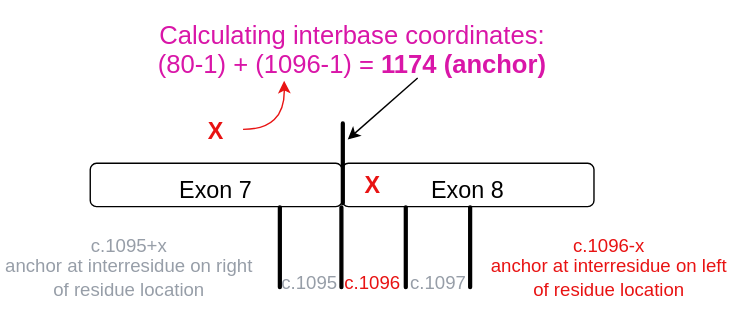
This is docs/source/images/splice_variants/acceptor_upstream/anchor.drawio.svg from ga4gh/vrs, a draw.io export, as it was before one commit. Source tidied: cells renumbered, new cells last; positions are measured from the earlier drawing's top-left corner, leaving out a move shared by most shapes. Source of this version:
```xml
<mxGraphModel>
  <root>
    <mxCell id="0" />
    <mxCell id="1" parent="0" />
    <mxCell id="2" value="&lt;div style=&quot;display: flex; justify-content: center; text-align: center; align-items: baseline; font-size: 0; line-height: 1.25;margin-top: -2px;&quot;&gt;&lt;span&gt;&lt;span style=&quot;font-size:18.3px;color:#d916a8;&quot;&gt;Calculating interbase coordinates:&#10;&lt;/span&gt;&lt;/span&gt;&lt;/div&gt;&lt;div style=&quot;display: flex; justify-content: center; text-align: center; align-items: baseline; font-size: 0; line-height: 1.25;margin-top: -2px;&quot;&gt;&lt;span&gt;&lt;span style=&quot;font-size:18.3px;color:#d916a8;&quot;&gt;&lt;span style=&quot;font-size:18.3px;color:#d916a8;&quot;&gt;(80-1) + (1096-1) = &lt;/span&gt;&lt;span style=&quot;font-size:18.3px;color:#d916a8;font-weight: bold;&quot;&gt;1174 (anchor)&lt;/span&gt;&lt;/span&gt;&lt;/span&gt;&lt;/div&gt;" style="html=1;overflow=block;blockSpacing=1;whiteSpace=wrap;fontSize=13;spacing=0;strokeOpacity=100;fillOpacity=100;rounded=1;absoluteArcSize=1;arcSize=9;fillColor=none;strokeWidth=1.5;strokeColor=none;lucidId=nsqr.Uft02cS;" parent="1" vertex="1">
      <mxGeometry x="79" width="345" height="72" as="geometry" />
    </mxCell>
    <mxCell id="3" value="X" style="html=1;overflow=block;blockSpacing=1;whiteSpace=wrap;fontSize=16.7;fontColor=#e81313;fontStyle=1;spacing=0;strokeOpacity=100;fillOpacity=100;rounded=1;absoluteArcSize=1;arcSize=9;fillColor=none;strokeWidth=1.5;strokeColor=none;lucidId=8vqrP2fuvnqJ;" parent="1" vertex="1">
      <mxGeometry x="136" y="80" width="36" height="28" as="geometry" />
    </mxCell>
    <mxCell id="4" value="Exon 7" style="html=1;overflow=block;blockSpacing=1;whiteSpace=wrap;fontSize=16.7;spacing=9;strokeOpacity=100;rounded=1;absoluteArcSize=1;arcSize=9;fillColor=none;strokeWidth=NaN;lucidId=UmarCRPMGTQe;" parent="1" vertex="1">
      <mxGeometry x="64" y="116" width="180" height="31" as="geometry" />
    </mxCell>
    <mxCell id="5" style="html=1;overflow=block;blockSpacing=1;whiteSpace=wrap;fontSize=13;spacing=0;strokeOpacity=100;rounded=1;absoluteArcSize=1;arcSize=9;rotation=-270;fillColor=#unset;strokeWidth=NaN;lucidId=UmarsSBaOK.H;" parent="1" vertex="1">
      <mxGeometry x="215" y="115" width="59" height="2" as="geometry" />
    </mxCell>
    <mxCell id="6" value="c.1096" style="html=1;overflow=block;blockSpacing=1;whiteSpace=wrap;fontSize=13.3;fontColor=#e81313;spacing=0;strokeOpacity=100;fillOpacity=100;rounded=1;absoluteArcSize=1;arcSize=9;fillColor=none;strokeWidth=1.5;strokeColor=none;lucidId=UmarCYab4pj1;" parent="1" vertex="1">
      <mxGeometry x="244" y="186" width="44" height="30" as="geometry" />
    </mxCell>
    <mxCell id="7" style="html=1;overflow=block;blockSpacing=1;whiteSpace=wrap;fontSize=13;spacing=0;strokeOpacity=100;rounded=1;absoluteArcSize=1;arcSize=9;rotation=-270;fillColor=#unset;strokeWidth=NaN;lucidId=UmarSA5vg9Fc;" parent="1" vertex="1">
      <mxGeometry x="214" y="175" width="59" height="2" as="geometry" />
    </mxCell>
    <mxCell id="8" style="html=1;overflow=block;blockSpacing=1;whiteSpace=wrap;fontSize=13;spacing=0;strokeOpacity=100;rounded=1;absoluteArcSize=1;arcSize=9;rotation=-270;fillColor=#unset;strokeWidth=NaN;lucidId=UmarE2jG.Ytp;" parent="1" vertex="1">
      <mxGeometry x="170" y="175" width="59" height="2" as="geometry" />
    </mxCell>
    <mxCell id="9" style="html=1;overflow=block;blockSpacing=1;whiteSpace=wrap;fontSize=13;spacing=0;strokeOpacity=100;rounded=1;absoluteArcSize=1;arcSize=9;rotation=-270;fillColor=#unset;strokeWidth=NaN;lucidId=UmaresiUNlCO;" parent="1" vertex="1">
      <mxGeometry x="260" y="175" width="59" height="2" as="geometry" />
    </mxCell>
    <mxCell id="10" value="Exon 8" style="html=1;overflow=block;blockSpacing=1;whiteSpace=wrap;fontSize=16.7;spacing=9;strokeOpacity=100;rounded=1;absoluteArcSize=1;arcSize=9;fillColor=none;strokeWidth=NaN;lucidId=xnarYXcocxcu;" parent="1" vertex="1">
      <mxGeometry x="244" y="116" width="180" height="31" as="geometry" />
    </mxCell>
    <mxCell id="11" value="c.1095" style="html=1;overflow=block;blockSpacing=1;whiteSpace=wrap;fontSize=13.3;fontColor=#979ea8;spacing=0;strokeOpacity=100;fillOpacity=100;rounded=1;absoluteArcSize=1;arcSize=9;fillColor=none;strokeWidth=1.5;strokeColor=none;lucidId=OeqriER-JpUT;" parent="1" vertex="1">
      <mxGeometry x="199" y="186" width="44" height="30" as="geometry" />
    </mxCell>
    <mxCell id="12" value="X" style="html=1;overflow=block;blockSpacing=1;whiteSpace=wrap;fontSize=16.7;fontColor=#e81313;fontStyle=1;spacing=0;strokeOpacity=100;fillOpacity=100;rounded=1;absoluteArcSize=1;arcSize=9;fillColor=none;strokeWidth=1.5;strokeColor=none;lucidId=Ouqrjsg7-iq-;" parent="1" vertex="1">
      <mxGeometry x="248" y="119" width="36" height="28" as="geometry" />
    </mxCell>
    <mxCell id="13" value="c.1097" style="html=1;overflow=block;blockSpacing=1;whiteSpace=wrap;fontSize=13.3;fontColor=#979ea8;spacing=0;strokeOpacity=100;fillOpacity=100;rounded=1;absoluteArcSize=1;arcSize=9;fillColor=none;strokeWidth=1.5;strokeColor=none;lucidId=lyqrXTfnK4og;" parent="1" vertex="1">
      <mxGeometry x="291" y="186" width="44" height="30" as="geometry" />
    </mxCell>
    <mxCell id="14" style="html=1;overflow=block;blockSpacing=1;whiteSpace=wrap;fontSize=13;spacing=0;strokeOpacity=100;rounded=1;absoluteArcSize=1;arcSize=9;rotation=-270;fillColor=#unset;strokeWidth=NaN;lucidId=vyqrurk47EPl;" parent="1" vertex="1">
      <mxGeometry x="306" y="175" width="59" height="2" as="geometry" />
    </mxCell>
    <mxCell id="15" value="&lt;div style=&quot;display: flex; justify-content: center; text-align: center; align-items: baseline; font-size: 0; line-height: 1.25;margin-top: -2px;&quot;&gt;&lt;span&gt;&lt;span style=&quot;font-size:13.3px;color:#979ea8;&quot;&gt;c.1095+x&#10;&lt;/span&gt;&lt;/span&gt;&lt;/div&gt;&lt;div style=&quot;display: flex; justify-content: center; text-align: center; align-items: baseline; font-size: 0; line-height: 1.25;margin-top: -2px;&quot;&gt;&lt;span&gt;&lt;span style=&quot;font-size:13.3px;color:#979ea8;&quot;&gt;anchor at interresidue on right of residue location&lt;/span&gt;&lt;/span&gt;&lt;/div&gt;" style="html=1;overflow=block;blockSpacing=1;whiteSpace=wrap;fontSize=13;spacing=0;strokeOpacity=100;fillOpacity=100;rounded=1;absoluteArcSize=1;arcSize=9;fillColor=none;strokeWidth=1.5;strokeColor=none;lucidId=wvQrP2M4Co-W;" parent="1" vertex="1">
      <mxGeometry y="154" width="184" height="75" as="geometry" />
    </mxCell>
    <mxCell id="16" value="&lt;div style=&quot;display: flex; justify-content: center; text-align: center; align-items: baseline; font-size: 0; line-height: 1.25;margin-top: -2px;&quot;&gt;&lt;span&gt;&lt;span style=&quot;font-size:13.3px;color:#e81313;&quot;&gt;c.1096-x&#10;&lt;/span&gt;&lt;/span&gt;&lt;/div&gt;&lt;div style=&quot;display: flex; justify-content: center; text-align: center; align-items: baseline; font-size: 0; line-height: 1.25;margin-top: -2px;&quot;&gt;&lt;span&gt;&lt;span style=&quot;font-size:13.3px;color:#e81313;&quot;&gt;anchor at interresidue on left of residue location&lt;/span&gt;&lt;/span&gt;&lt;/div&gt;" style="html=1;overflow=block;blockSpacing=1;whiteSpace=wrap;fontSize=13;spacing=0;strokeOpacity=100;fillOpacity=100;rounded=1;absoluteArcSize=1;arcSize=9;fillColor=none;strokeWidth=1.5;strokeColor=none;lucidId=wvQrRVZOJe2j;" parent="1" vertex="1">
      <mxGeometry x="345" y="158" width="180" height="68" as="geometry" />
    </mxCell>
    <mxCell id="17" style="edgeStyle=orthogonalEdgeStyle;jettySize=auto;html=1;exitX=1.033;exitY=0.421;exitDx=0;exitDy=0;exitPerimeter=0;rounded=0;curved=1;fillColor=#f8cecc;strokeColor=light-dark(#e81313, #d7817e);" parent="1" edge="1" source="3">
      <mxGeometry relative="1" as="geometry">
        <mxPoint x="202.6" y="57" as="targetPoint" />
      </mxGeometry>
    </mxCell>
    <mxCell id="18" style="orthogonalLoop=1;jettySize=auto;html=1;rounded=0;elbow=vertical;curved=1;" parent="1" edge="1">
      <mxGeometry relative="1" as="geometry">
        <mxPoint x="298" y="55" as="sourcePoint" />
        <mxPoint x="248" y="99" as="targetPoint" />
      </mxGeometry>
    </mxCell>
  </root>
</mxGraphModel>
```
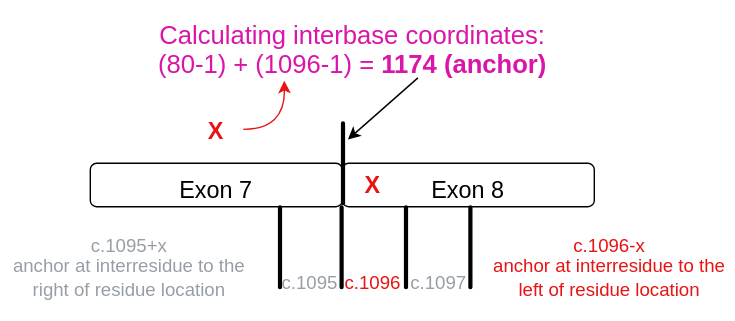
The same file after the commit.

Commit message:
update anchor text (on -> to the)

The edit, as a diff of the source:
```diff
@@ -41,10 +41,10 @@
     <mxCell id="14" style="html=1;overflow=block;blockSpacing=1;whiteSpace=wrap;fontSize=13;spacing=0;strokeOpacity=100;rounded=1;absoluteArcSize=1;arcSize=9;rotation=-270;fillColor=#unset;strokeWidth=NaN;lucidId=vyqrurk47EPl;" parent="1" vertex="1">
       <mxGeometry x="306" y="175" width="59" height="2" as="geometry" />
     </mxCell>
-    <mxCell id="15" value="&lt;div style=&quot;display: flex; justify-content: center; text-align: center; align-items: baseline; font-size: 0; line-height: 1.25;margin-top: -2px;&quot;&gt;&lt;span&gt;&lt;span style=&quot;font-size:13.3px;color:#979ea8;&quot;&gt;c.1095+x&#10;&lt;/span&gt;&lt;/span&gt;&lt;/div&gt;&lt;div style=&quot;display: flex; justify-content: center; text-align: center; align-items: baseline; font-size: 0; line-height: 1.25;margin-top: -2px;&quot;&gt;&lt;span&gt;&lt;span style=&quot;font-size:13.3px;color:#979ea8;&quot;&gt;anchor at interresidue on right of residue location&lt;/span&gt;&lt;/span&gt;&lt;/div&gt;" style="html=1;overflow=block;blockSpacing=1;whiteSpace=wrap;fontSize=13;spacing=0;strokeOpacity=100;fillOpacity=100;rounded=1;absoluteArcSize=1;arcSize=9;fillColor=none;strokeWidth=1.5;strokeColor=none;lucidId=wvQrP2M4Co-W;" parent="1" vertex="1">
+    <mxCell id="15" value="&lt;div style=&quot;display: flex; justify-content: center; text-align: center; align-items: baseline; font-size: 0; line-height: 1.25;margin-top: -2px;&quot;&gt;&lt;span&gt;&lt;span style=&quot;font-size: 13.3px; color: rgb(151, 158, 168);&quot;&gt;c.1095+x&lt;br&gt;&lt;/span&gt;&lt;/span&gt;&lt;/div&gt;&lt;div style=&quot;display: flex; justify-content: center; text-align: center; align-items: baseline; font-size: 0; line-height: 1.25;margin-top: -2px;&quot;&gt;&lt;span&gt;&lt;span style=&quot;font-size: 13.3px; color: rgb(151, 158, 168);&quot;&gt;anchor at interresidue to the right of residue location&lt;/span&gt;&lt;/span&gt;&lt;/div&gt;" style="html=1;overflow=block;blockSpacing=1;whiteSpace=wrap;fontSize=13;spacing=0;strokeOpacity=100;fillOpacity=100;rounded=1;absoluteArcSize=1;arcSize=9;fillColor=none;strokeWidth=1.5;strokeColor=none;lucidId=wvQrP2M4Co-W;" parent="1" vertex="1">
       <mxGeometry y="154" width="184" height="75" as="geometry" />
     </mxCell>
-    <mxCell id="16" value="&lt;div style=&quot;display: flex; justify-content: center; text-align: center; align-items: baseline; font-size: 0; line-height: 1.25;margin-top: -2px;&quot;&gt;&lt;span&gt;&lt;span style=&quot;font-size:13.3px;color:#e81313;&quot;&gt;c.1096-x&#10;&lt;/span&gt;&lt;/span&gt;&lt;/div&gt;&lt;div style=&quot;display: flex; justify-content: center; text-align: center; align-items: baseline; font-size: 0; line-height: 1.25;margin-top: -2px;&quot;&gt;&lt;span&gt;&lt;span style=&quot;font-size:13.3px;color:#e81313;&quot;&gt;anchor at interresidue on left of residue location&lt;/span&gt;&lt;/span&gt;&lt;/div&gt;" style="html=1;overflow=block;blockSpacing=1;whiteSpace=wrap;fontSize=13;spacing=0;strokeOpacity=100;fillOpacity=100;rounded=1;absoluteArcSize=1;arcSize=9;fillColor=none;strokeWidth=1.5;strokeColor=none;lucidId=wvQrRVZOJe2j;" parent="1" vertex="1">
+    <mxCell id="16" value="&lt;div style=&quot;display: flex; justify-content: center; text-align: center; align-items: baseline; font-size: 0; line-height: 1.25;margin-top: -2px;&quot;&gt;&lt;span&gt;&lt;span style=&quot;font-size: 13.3px; color: rgb(232, 19, 19);&quot;&gt;c.1096-x&lt;br&gt;&lt;/span&gt;&lt;/span&gt;&lt;/div&gt;&lt;div style=&quot;display: flex; justify-content: center; text-align: center; align-items: baseline; font-size: 0; line-height: 1.25;margin-top: -2px;&quot;&gt;&lt;span&gt;&lt;span style=&quot;font-size: 13.3px; color: rgb(232, 19, 19);&quot;&gt;anchor at interresidue to the left of residue location&lt;/span&gt;&lt;/span&gt;&lt;/div&gt;" style="html=1;overflow=block;blockSpacing=1;whiteSpace=wrap;fontSize=13;spacing=0;strokeOpacity=100;fillOpacity=100;rounded=1;absoluteArcSize=1;arcSize=9;fillColor=none;strokeWidth=1.5;strokeColor=none;lucidId=wvQrRVZOJe2j;" parent="1" vertex="1">
       <mxGeometry x="345" y="158" width="180" height="68" as="geometry" />
     </mxCell>
     <mxCell id="17" style="edgeStyle=orthogonalEdgeStyle;jettySize=auto;html=1;exitX=1.033;exitY=0.421;exitDx=0;exitDy=0;exitPerimeter=0;rounded=0;curved=1;fillColor=#f8cecc;strokeColor=light-dark(#e81313, #d7817e);" parent="1" edge="1" source="3">
```
